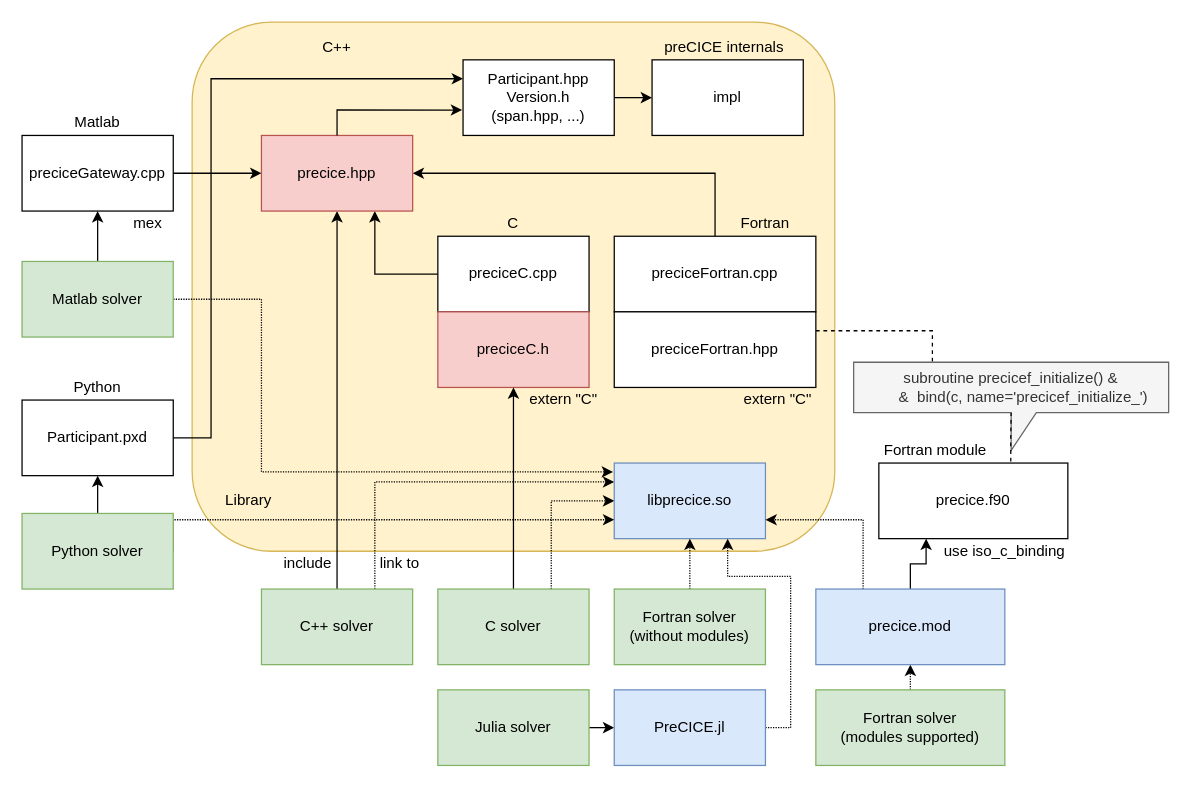
precice/precice.github.io keeps this draw.io diagram as images/docs/Bindings.drawio. Above is the earlier version. Source tidied: cells renumbered, new cells numbered last; positions are measured from the earlier drawing's top-left corner, leaving out a move shared by most shapes. Both pictures are drawn from the tidied source at 126%, with x=0, y=0 at pixel (21, 21).
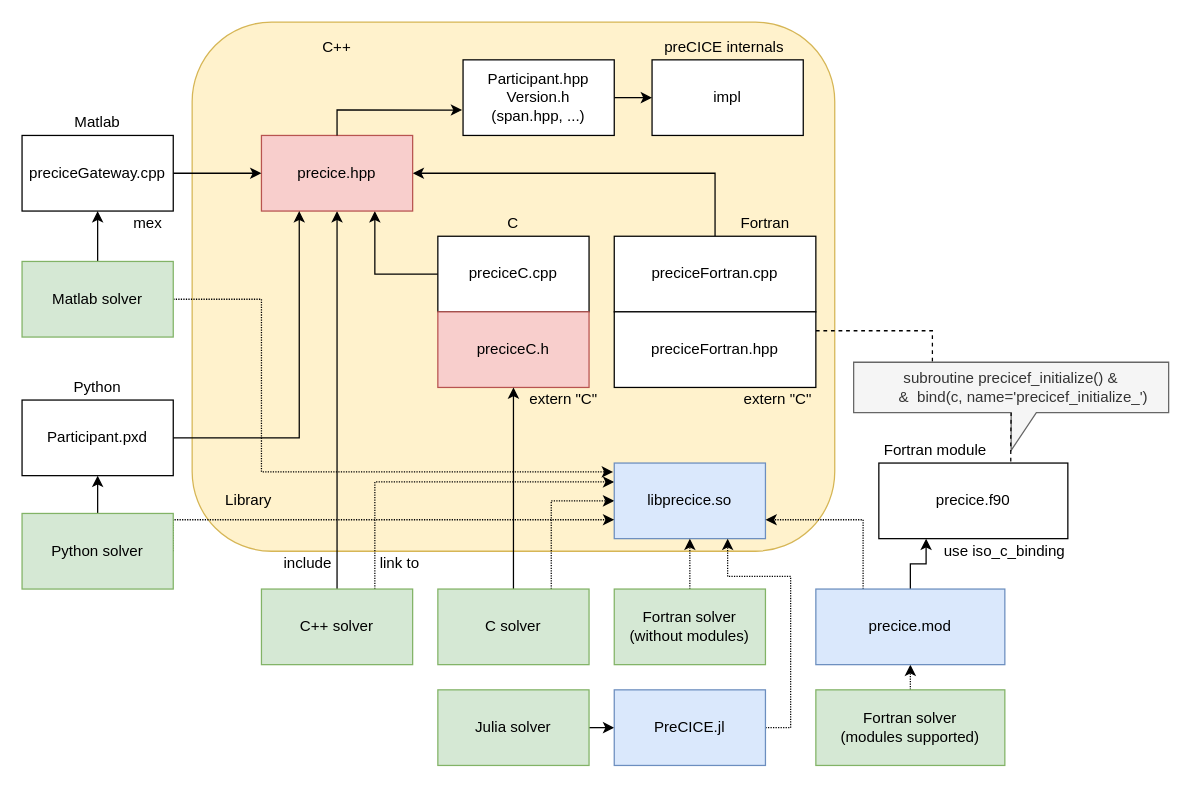
After the change.

Commit message (it also covers changes not shown here):
Move arrow of Python bindings to precice.hpp

The change refers to these unchanged cells:
```xml
<mxCell id="27" value="precice.hpp" style="rounded=0;whiteSpace=wrap;html=1;fillColor=#f8cecc;strokeColor=#b85450;" parent="1" vertex="1">
  <mxGeometry x="190" y="90" width="120" height="60" as="geometry" />
</mxCell>
<mxCell id="58" value="Participant.hpp&lt;br&gt;Version.h&lt;br&gt;(span.hpp, ...)" style="rounded=0;whiteSpace=wrap;html=1;" parent="1" vertex="1">
  <mxGeometry x="350" y="30" width="120" height="60" as="geometry" />
</mxCell>
```

What changed in the source:
```diff
@@
-    <mxCell id="40" style="edgeStyle=orthogonalEdgeStyle;rounded=0;jettySize=auto;html=1;exitX=1;exitY=0.5;exitDx=0;exitDy=0;entryX=0;entryY=0.25;entryDx=0;entryDy=0;" parent="1" edge="1" target="58">
+    <mxCell id="40" style="edgeStyle=orthogonalEdgeStyle;rounded=0;jettySize=auto;html=1;exitX=1;exitY=0.5;exitDx=0;exitDy=0;entryX=0.25;entryY=1;entryDx=0;entryDy=0;" parent="1" edge="1" target="27">
       <mxGeometry relative="1" as="geometry">
         <mxPoint x="40" y="330" as="sourcePoint" />
         <Array as="points">
-          <mxPoint x="150" y="330" />
-          <mxPoint x="150" y="45" />
+          <mxPoint x="220" y="330" />
         </Array>
       </mxGeometry>
     </mxCell>
```
